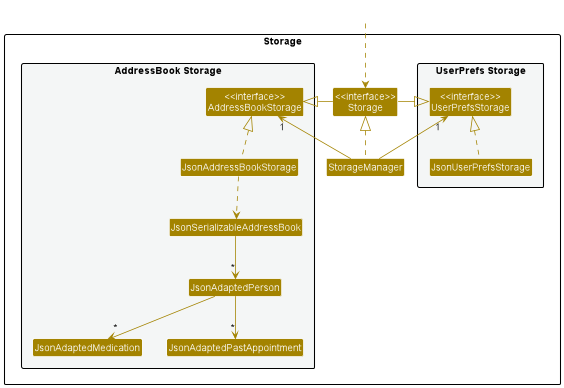
This is docs/images/StorageClassDiagram.png from nus-cs2103-AY2223S1/tp, a PlantUML export, as it was before one commit.
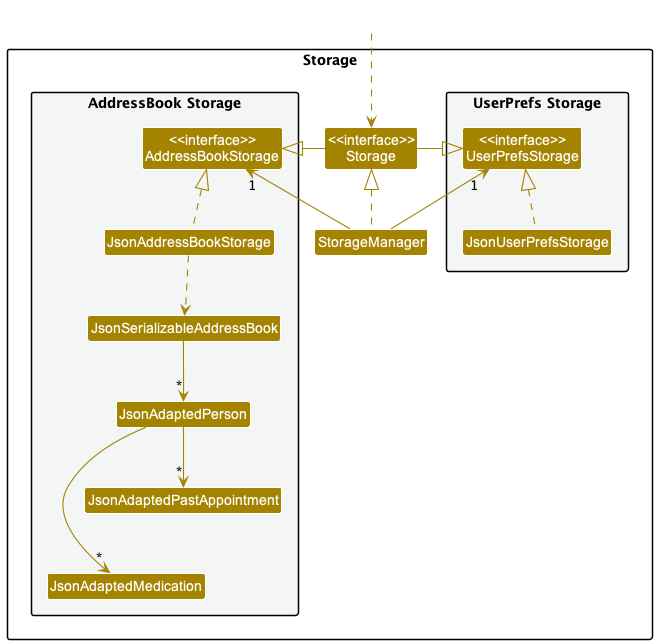
After the change.

Commit message:
Rephrase wording, fix diagram width

What changed in the source:
```diff
@@ -40,6 +40,6 @@
 JsonAddressBookStorage ..> JsonSerializableAddressBook
 JsonSerializableAddressBook --> "*" JsonAdaptedPerson
 JsonAdaptedPerson --> "*" JsonAdaptedPastAppointment
-JsonAdaptedPerson --> "*" JsonAdaptedMedication
+JsonAdaptedPerson ---> "*" JsonAdaptedMedication
 
 @enduml
```
